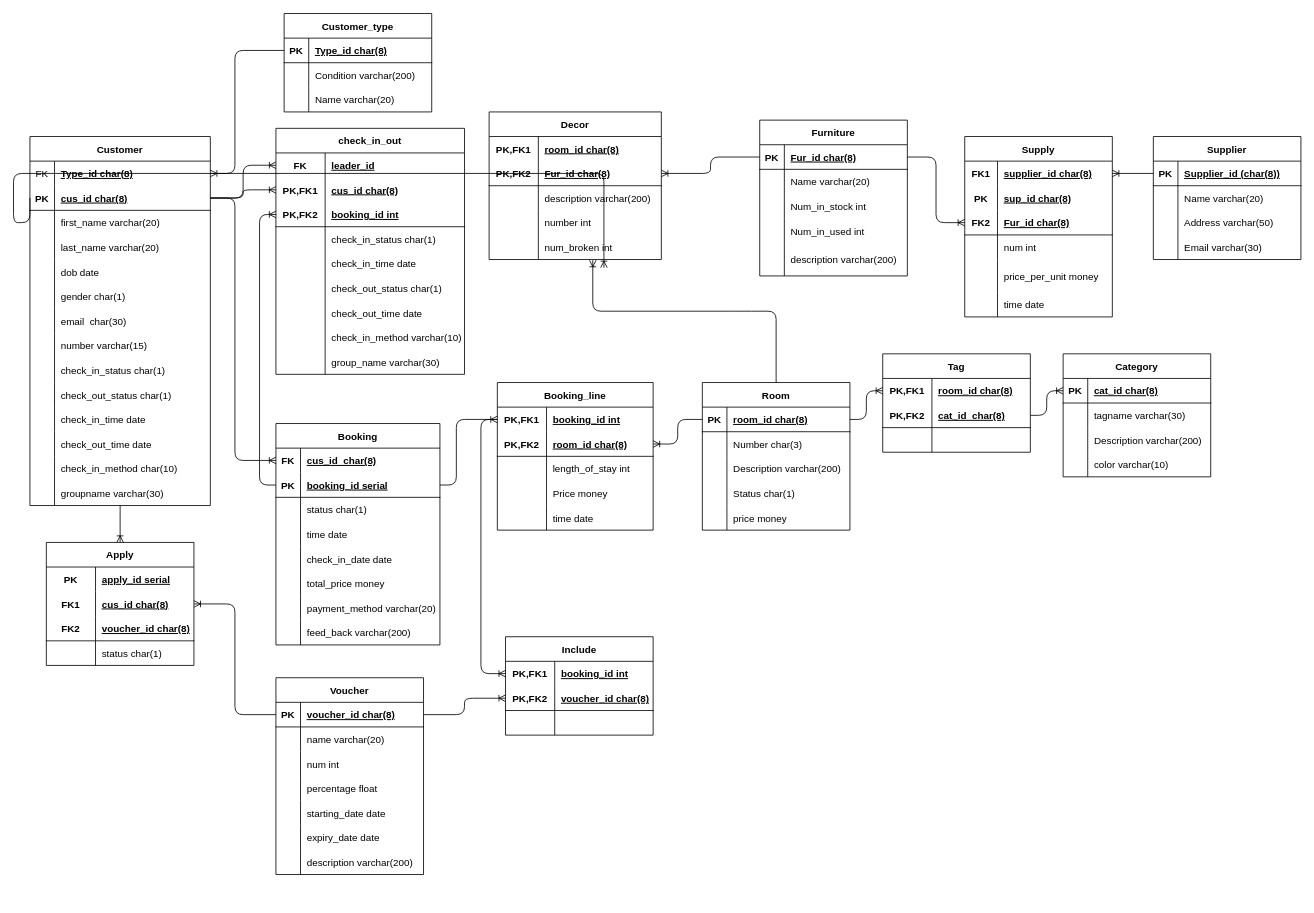
This is page "Page-1" (1 of 2) of hotel.drawio from ddtd146/hotel-management-system-, a draw.io file, before an edit. Source tidied: cells renumbered, new cells numbered last; positions are measured from the earlier drawing's top-left corner, leaving out a move shared by most shapes. Both pictures are drawn from the tidied source at 82%, with x=0, y=0 at pixel (13, 13).
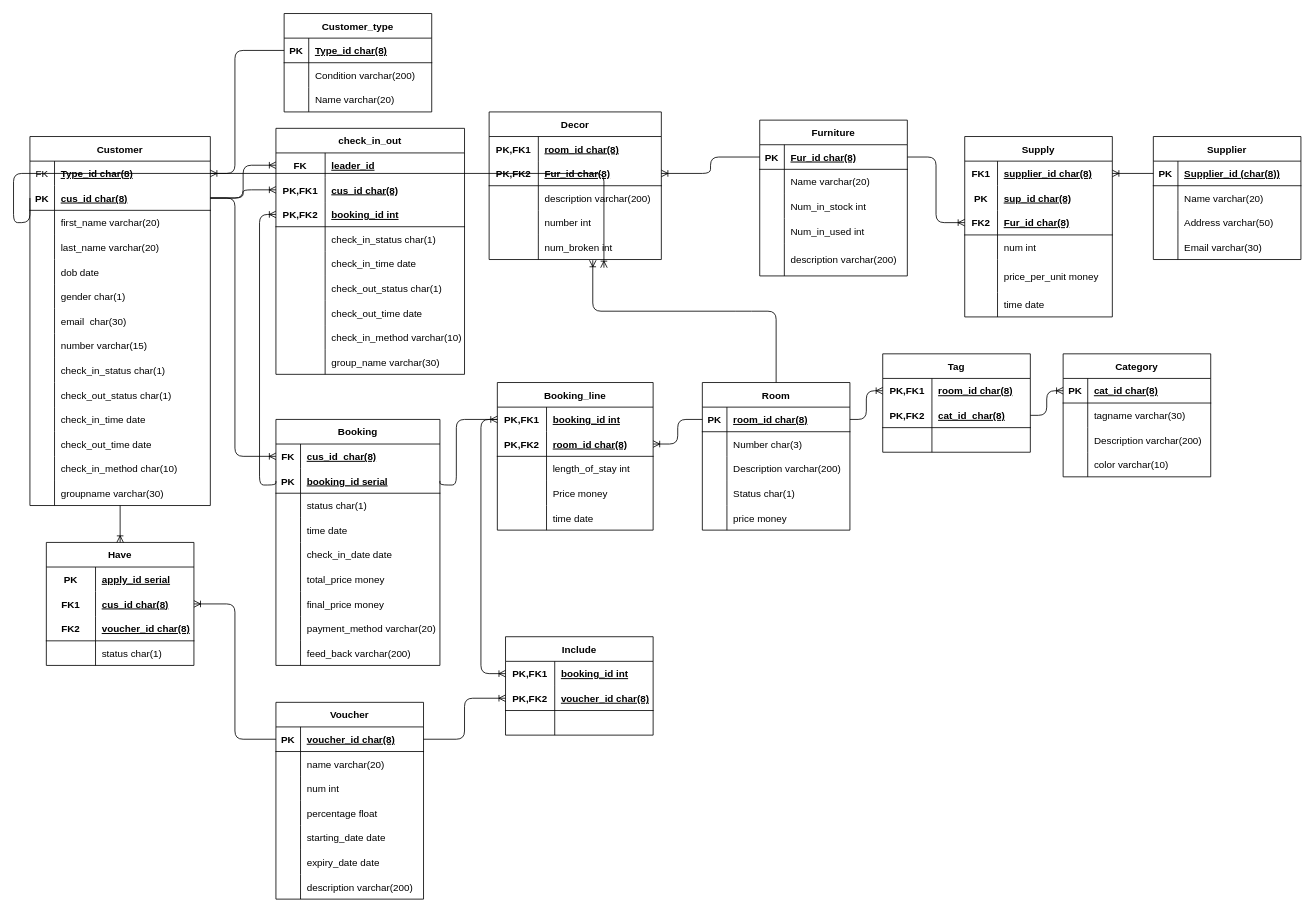
After the change.

Diff of the diagram source:
```diff
@@
     <mxCell id="72" value="Voucher" style="shape=table;startSize=30;childLayout=tableLayout;rowLines=0;fontStyle=1;align=center;" parent="1" vertex="1">
-      <mxGeometry x="320" y="810" width="180" height="240" as="geometry" />
+      <mxGeometry x="320" y="840" width="180" height="240" as="geometry" />
     </mxCell>
@@
     <mxCell id="136" value="Booking" style="shape=table;startSize=30;childLayout=tableLayout;rowLines=0;fontStyle=1;align=center;" parent="1" vertex="1">
-      <mxGeometry x="320" y="500" width="200" height="270" as="geometry" />
+      <mxGeometry x="320" y="495" width="200" height="300" as="geometry" />
     </mxCell>
@@
+    <mxCell id="295" style="shape=tableRow;horizontal=0;startSize=0;swimlaneHead=0;swimlaneBody=0;fillColor=none;top=0;left=0;right=0;bottom=0;" parent="136" vertex="1">
+      <mxGeometry y="210" width="200" height="30" as="geometry" />
+    </mxCell>
+    <mxCell id="296" style="shape=partialRectangle;fillColor=none;top=0;left=0;bottom=0;right=0;overflow=hidden;" parent="295" vertex="1">
+      <mxGeometry width="30" height="30" as="geometry" />
+    </mxCell>
+    <mxCell id="297" value="final_price money" style="shape=partialRectangle;fillColor=none;top=0;left=0;bottom=0;right=0;align=left;spacingLeft=6;overflow=hidden;" parent="295" vertex="1">
+      <mxGeometry x="30" width="170" height="30" as="geometry" />
+    </mxCell>
     <mxCell id="155" style="shape=tableRow;horizontal=0;startSize=0;swimlaneHead=0;swimlaneBody=0;fillColor=none;top=0;left=0;right=0;bottom=0;" parent="136" vertex="1">
-      <mxGeometry y="210" width="200" height="30" as="geometry" />
+      <mxGeometry y="240" width="200" height="30" as="geometry" />
     </mxCell>
@@
     <mxCell id="158" style="shape=tableRow;horizontal=0;startSize=0;swimlaneHead=0;swimlaneBody=0;fillColor=none;top=0;left=0;right=0;bottom=0;" parent="136" vertex="1">
-      <mxGeometry y="240" width="200" height="30" as="geometry" />
+      <mxGeometry y="270" width="200" height="30" as="geometry" />
     </mxCell>
@@
-    <mxCell id="177" value="Apply" style="shape=table;startSize=30;childLayout=tableLayout;rowLines=0;fontStyle=1;align=center;" parent="1" vertex="1">
+    <mxCell id="177" value="Have" style="shape=table;startSize=30;childLayout=tableLayout;rowLines=0;fontStyle=1;align=center;" parent="1" vertex="1">
       <mxGeometry x="40" y="645" width="180" height="150" as="geometry" />
     </mxCell>
```
